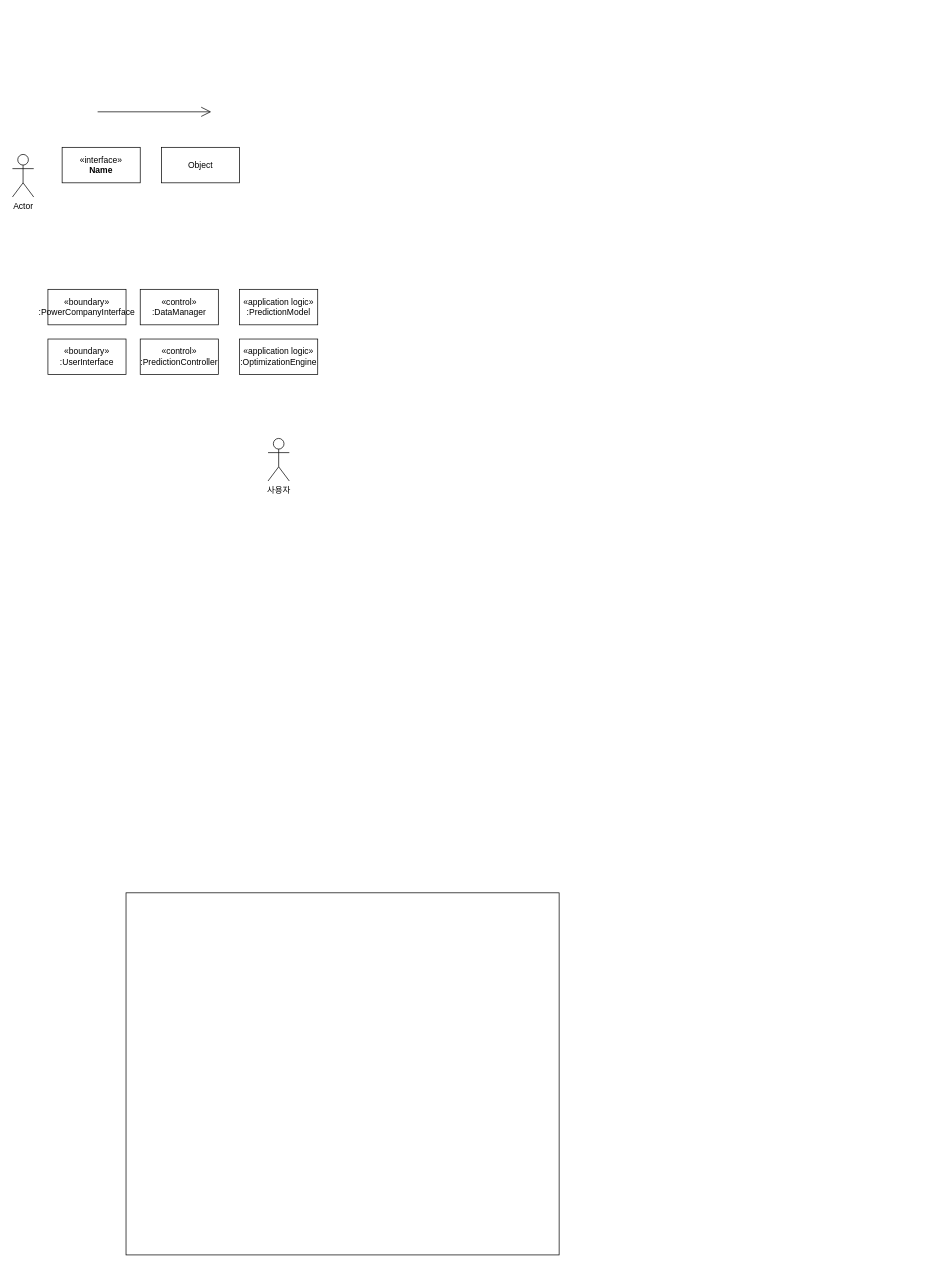
This is DomainModeling.drawio from GeniusHoon/AssociateArchitect, a draw.io file, before an edit. Source tidied: cells renumbered, new cells numbered last; positions are measured from the earlier drawing's top-left corner, leaving out a move shared by most shapes. Both pictures are drawn from the tidied source at 71%, with x=0, y=0 at pixel (12, 111).
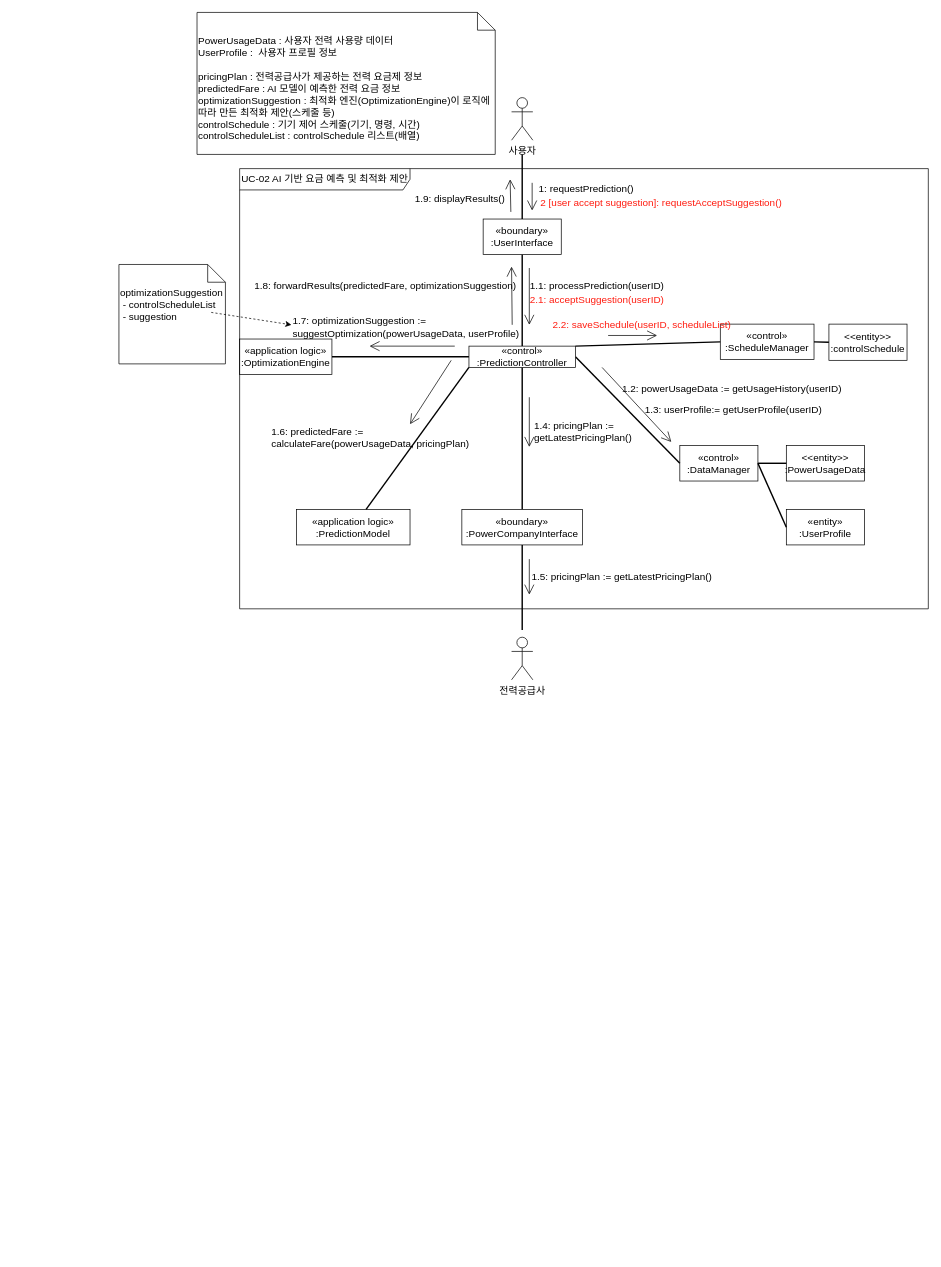
The same diagram, later.

Change to the diagram source:
```diff
@@
-    <mxCell id="2" style="rounded=0;whiteSpace=wrap;html=1;" parent="1" vertex="1">
-      <mxGeometry x="160" y="1100" width="610" height="510" as="geometry" />
-    </mxCell>
-    <mxCell id="3" value="&amp;laquo;interface&amp;raquo;&lt;br&gt;&lt;b&gt;Name&lt;/b&gt;" style="html=1;whiteSpace=wrap;" parent="1" vertex="1">
-      <mxGeometry x="70" y="50" width="110" height="50" as="geometry" />
-    </mxCell>
-    <mxCell id="4" value="Object" style="html=1;whiteSpace=wrap;" parent="1" vertex="1">
-      <mxGeometry x="210" y="50" width="110" height="50" as="geometry" />
-    </mxCell>
-    <mxCell id="5" style="endArrow=open;endFill=1;endSize=12;html=1;rounded=0;" parent="1" edge="1">
-      <mxGeometry relative="1" as="geometry">
-        <mxPoint x="120" as="sourcePoint" />
-        <mxPoint x="280" as="targetPoint" />
-      </mxGeometry>
-    </mxCell>
-    <mxCell id="6" value="Actor" style="shape=umlActor;verticalLabelPosition=bottom;verticalAlign=top;html=1;" parent="1" vertex="1">
-      <mxGeometry y="60" width="30" height="60" as="geometry" />
-    </mxCell>
+    <mxCell id="14" style="edgeStyle=orthogonalEdgeStyle;rounded=0;jettySize=auto;html=1;exitX=0;exitY=0.5;exitDx=0;exitDy=0;strokeWidth=2;endArrow=none;endFill=0;fontSize=14;" parent="1" edge="1" source="8" target="11">
+      <mxGeometry relative="1" as="geometry" />
+    </mxCell>
+    <mxCell id="11" value="«application logic»&lt;br&gt;&lt;div&gt;:OptimizationEngine&lt;/div&gt;" style="html=1;whiteSpace=wrap;fontSize=14;" parent="1" vertex="1">
+      <mxGeometry x="320" y="320" width="130" height="50" as="geometry" />
+    </mxCell>
+    <mxCell id="15" value="1.9: displayResults()" style="text;html=1;align=center;verticalAlign=middle;strokeColor=none;fillColor=none;fontSize=14;" parent="1" vertex="1">
+      <mxGeometry x="555" y="108" width="150" height="30" as="geometry" />
+    </mxCell>
+    <mxCell id="16" value="PowerUsageData : 사용자 전력 사용량 데이터&lt;div&gt;UserProfile :&amp;nbsp; 사용자 프로필 정보&lt;/div&gt;&lt;div&gt;&lt;br&gt;&lt;/div&gt;&lt;div&gt;pricingPlan : 전력공급사가 제공하는 전력 요금제 정보&lt;/div&gt;&lt;div&gt;predictedFare : AI 모델이 예측한 전력 요금 정보&lt;/div&gt;&lt;div&gt;optimizationSuggestion : 최적화 엔진(OptimizationEngine)이 로직에 따라 만든 최적화 제안(스케줄 등)&lt;/div&gt;&lt;div&gt;controlSchedule : 기기 제어 스케줄(기기, 명령, 시간)&lt;/div&gt;&lt;div&gt;controlScheduleList : controlSchedule 리스트(배열)&lt;/div&gt;&lt;div&gt;&lt;br&gt;&lt;/div&gt;" style="shape=note2;boundedLbl=1;whiteSpace=wrap;html=1;size=25;verticalAlign=top;align=left;fontSize=14;" parent="1" vertex="1">
+      <mxGeometry x="260" y="-140" width="420" height="200" as="geometry" />
+    </mxCell>
+    <mxCell id="17" value="UC-02 AI 기반 요금 예측 및 최적화 제안" style="shape=umlFrame;whiteSpace=wrap;html=1;width=240;height=30;fontSize=14;" parent="1" vertex="1">
+      <mxGeometry x="320" y="80" width="970" height="620" as="geometry" />
+    </mxCell>
+    <mxCell id="9" value="«control»&lt;br&gt;&lt;div&gt;:DataManager&lt;/div&gt;" style="html=1;whiteSpace=wrap;fontSize=14;" parent="17" vertex="1">
+      <mxGeometry x="620" y="390" width="110" height="50" as="geometry" />
+    </mxCell>
+    <mxCell id="18" value="«entity»&lt;br&gt;&lt;div&gt;:UserProfile&lt;/div&gt;" style="html=1;whiteSpace=wrap;fontSize=14;" parent="17" vertex="1">
+      <mxGeometry x="770" y="480" width="110" height="50" as="geometry" />
+    </mxCell>
+    <mxCell id="19" style="rounded=0;jettySize=auto;html=1;exitX=1;exitY=0.5;exitDx=0;exitDy=0;entryX=0;entryY=0.5;entryDx=0;entryDy=0;strokeWidth=2;endArrow=none;endFill=0;fontSize=14;" parent="17" edge="1" source="9" target="18">
+      <mxGeometry relative="1" as="geometry" />
+    </mxCell>
+    <mxCell id="20" value="&lt;div&gt;&amp;lt;&amp;lt;entity&amp;gt;&amp;gt;&lt;/div&gt;&lt;div&gt;:PowerUsageData&lt;/div&gt;" style="html=1;whiteSpace=wrap;fontSize=14;" parent="17" vertex="1">
+      <mxGeometry x="770" y="390" width="110" height="50" as="geometry" />
+    </mxCell>
+    <mxCell id="21" style="rounded=0;jettySize=auto;html=1;exitX=1;exitY=0.5;exitDx=0;exitDy=0;entryX=0;entryY=0.5;entryDx=0;entryDy=0;strokeWidth=2;endArrow=none;endFill=0;fontSize=14;" parent="17" edge="1" source="9" target="20">
+      <mxGeometry relative="1" as="geometry" />
+    </mxCell>
+    <mxCell id="22" value="1.3: userProfile:= getUserProfile(userID)" style="text;html=1;align=left;verticalAlign=middle;strokeColor=none;fillColor=none;fontSize=14;" parent="17" vertex="1">
+      <mxGeometry x="569" y="325" width="270" height="30" as="geometry" />
+    </mxCell>
+    <mxCell id="23" value="1.2: p&lt;span style=&quot;text-align: center; text-wrap-mode: wrap;&quot;&gt;owerUsageData&amp;nbsp;&lt;/span&gt;:= getUsageHistory(userID)" style="text;html=1;align=left;verticalAlign=middle;strokeColor=none;fillColor=none;fontSize=14;" parent="17" vertex="1">
+      <mxGeometry x="537" y="295" width="330" height="30" as="geometry" />
+    </mxCell>
+    <mxCell id="24" style="endArrow=open;endFill=1;endSize=12;html=1;rounded=0;entryX=0.5;entryY=-0.1;entryDx=0;entryDy=0;entryPerimeter=0;fontSize=14;" parent="17" edge="1">
+      <mxGeometry relative="1" as="geometry">
+        <mxPoint x="510.5" y="280" as="sourcePoint" />
+        <mxPoint x="608" y="385" as="targetPoint" />
+      </mxGeometry>
+    </mxCell>
+    <mxCell id="25" value="«control»&lt;br&gt;&lt;div&gt;:ScheduleManager&lt;/div&gt;" style="html=1;whiteSpace=wrap;fontSize=14;" parent="17" vertex="1">
+      <mxGeometry x="677" y="219" width="132" height="50" as="geometry" />
+    </mxCell>
+    <mxCell id="26" style="rounded=0;jettySize=auto;html=1;exitX=1;exitY=0.5;exitDx=0;exitDy=0;entryX=0;entryY=0.5;entryDx=0;entryDy=0;strokeWidth=2;endArrow=none;endFill=0;fontSize=14;" parent="17" edge="1" source="25" target="27">
+      <mxGeometry relative="1" as="geometry" />
+    </mxCell>
+    <mxCell id="27" value="&lt;div&gt;&amp;lt;&amp;lt;entity&amp;gt;&amp;gt;&lt;/div&gt;&lt;div&gt;:controlSchedule&lt;/div&gt;" style="html=1;whiteSpace=wrap;fontSize=14;" parent="17" vertex="1">
+      <mxGeometry x="830" y="219" width="110" height="51" as="geometry" />
+    </mxCell>
+    <mxCell id="28" value="1.6: predictedFare :=&#10;calculateFare(powerUsageData, pricingPlan)" style="text;whiteSpace=wrap;fontSize=14;" parent="17" vertex="1">
+      <mxGeometry x="43" y="355" width="340" height="40" as="geometry" />
+    </mxCell>
+    <mxCell id="29" value="1.7: optimizationSuggestion :=&#10;suggestOptimization(powerUsageData, userProfile)" style="text;whiteSpace=wrap;fontSize=14;" parent="17" vertex="1">
+      <mxGeometry x="73" y="200" width="340" height="40" as="geometry" />
+    </mxCell>
+    <mxCell id="30" value="1.8: forwardResults(predictedFare, optimizationSuggestion)" style="text;html=1;align=center;verticalAlign=middle;strokeColor=none;fillColor=none;fontSize=14;" parent="17" vertex="1">
+      <mxGeometry x="10" y="150" width="390" height="30" as="geometry" />
+    </mxCell>
+    <mxCell id="31" value="2 [user accept suggestion]: requestAcceptSuggestion()" style="text;html=1;align=left;verticalAlign=middle;strokeColor=none;fillColor=none;fontSize=14;fontColor=#FF1C10;" parent="17" vertex="1">
+      <mxGeometry x="422" y="33" width="360" height="30" as="geometry" />
+    </mxCell>
+    <mxCell id="32" value="2.2: saveSchedule(userID, scheduleList)" style="text;html=1;align=left;verticalAlign=middle;strokeColor=none;fillColor=none;fontSize=14;textShadow=0;labelBackgroundColor=none;fontColor=#FF1C10;" parent="17" vertex="1">
+      <mxGeometry x="439" y="205" width="270" height="30" as="geometry" />
+    </mxCell>
+    <mxCell id="13" value="사용자" style="shape=umlActor;verticalLabelPosition=bottom;verticalAlign=top;html=1;fontSize=14;" parent="17" vertex="1">
+      <mxGeometry x="383" y="-100" width="30" height="60" as="geometry" />
+    </mxCell>
+    <mxCell id="33" style="edgeStyle=orthogonalEdgeStyle;rounded=0;jettySize=auto;html=1;exitX=0.5;exitY=0;exitDx=0;exitDy=0;endArrow=none;endFill=0;strokeWidth=2;entryX=0.5;entryY=1;entryDx=0;entryDy=0;fontSize=14;" parent="17" edge="1" source="8" target="7">
+      <mxGeometry relative="1" as="geometry" />
+    </mxCell>
+    <mxCell id="34" style="rounded=0;jettySize=auto;html=1;exitX=1;exitY=0.5;exitDx=0;exitDy=0;entryX=0;entryY=0.5;entryDx=0;entryDy=0;strokeWidth=2;endArrow=none;endFill=0;fontSize=14;" parent="17" edge="1" source="8" target="9">
+      <mxGeometry relative="1" as="geometry" />
+    </mxCell>
+    <mxCell id="35" style="edgeStyle=orthogonalEdgeStyle;rounded=0;jettySize=auto;html=1;exitX=0.5;exitY=1;exitDx=0;exitDy=0;entryX=0.5;entryY=0;entryDx=0;entryDy=0;strokeWidth=2;endArrow=none;endFill=0;fontSize=14;" parent="17" edge="1" source="8" target="12">
+      <mxGeometry relative="1" as="geometry" />
+    </mxCell>
+    <mxCell id="8" value="«control»&lt;br&gt;&lt;div&gt;:PredictionController&lt;/div&gt;" style="html=1;whiteSpace=wrap;fontSize=14;" parent="17" vertex="1">
+      <mxGeometry x="323" y="250" width="150" height="30" as="geometry" />
+    </mxCell>
+    <mxCell id="36" style="edgeStyle=orthogonalEdgeStyle;rounded=0;jettySize=auto;html=1;exitX=0.5;exitY=1;exitDx=0;exitDy=0;strokeWidth=2;endArrow=none;endFill=0;fontSize=14;" parent="17" edge="1" source="12">
+      <mxGeometry relative="1" as="geometry">
+        <mxPoint x="398" y="650" as="targetPoint" />
+      </mxGeometry>
+    </mxCell>
+    <mxCell id="12" value="«boundary»&lt;br&gt;&lt;div&gt;:PowerCompanyInterface&lt;/div&gt;" style="html=1;whiteSpace=wrap;fontSize=14;" parent="17" vertex="1">
+      <mxGeometry x="313" y="480" width="170" height="50" as="geometry" />
+    </mxCell>
+    <mxCell id="37" value="전력공급사" style="shape=umlActor;verticalLabelPosition=bottom;verticalAlign=top;html=1;fontSize=14;" parent="17" vertex="1">
+      <mxGeometry x="383" y="660" width="30" height="60" as="geometry" />
+    </mxCell>
+    <mxCell id="38" style="endArrow=open;endFill=1;endSize=12;html=1;rounded=0;exitX=0.885;exitY=0;exitDx=0;exitDy=0;exitPerimeter=0;fontSize=14;" parent="17" edge="1">
+      <mxGeometry relative="1" as="geometry">
+        <mxPoint x="383.9" y="220" as="sourcePoint" />
+        <mxPoint x="383" y="138" as="targetPoint" />
+      </mxGeometry>
+    </mxCell>
+    <mxCell id="39" style="rounded=0;jettySize=auto;html=1;exitX=1;exitY=0;exitDx=0;exitDy=0;entryX=0;entryY=0.5;entryDx=0;entryDy=0;strokeWidth=2;endArrow=none;endFill=0;fontSize=14;" parent="17" edge="1" source="8" target="25">
+      <mxGeometry relative="1" as="geometry" />
+    </mxCell>
-    <mxCell id="7" value="«boundary»&lt;br&gt;&lt;div&gt;:UserInterface&lt;/div&gt;" style="html=1;whiteSpace=wrap;" parent="1" vertex="1">
-      <mxGeometry x="50" y="320" width="110" height="50" as="geometry" />
+    <mxCell id="7" value="«boundary»&lt;br&gt;&lt;div&gt;:UserInterface&lt;/div&gt;" style="html=1;whiteSpace=wrap;fontSize=14;" parent="17" vertex="1">
+      <mxGeometry x="343" y="71" width="110" height="50" as="geometry" />
     </mxCell>
-    <mxCell id="8" value="«control»&lt;br&gt;&lt;div&gt;:PredictionController&lt;/div&gt;" style="html=1;whiteSpace=wrap;" parent="1" vertex="1">
-      <mxGeometry x="180" y="320" width="110" height="50" as="geometry" />
-    </mxCell>
-    <mxCell id="9" value="«control»&lt;br&gt;&lt;div&gt;:DataManager&lt;/div&gt;" style="html=1;whiteSpace=wrap;" parent="1" vertex="1">
-      <mxGeometry x="180" y="250" width="110" height="50" as="geometry" />
-    </mxCell>
+    <mxCell id="40" style="edgeStyle=orthogonalEdgeStyle;rounded=0;jettySize=auto;html=1;exitX=0.5;exitY=0;exitDx=0;exitDy=0;endArrow=none;endFill=0;strokeWidth=2;fontSize=14;" parent="17" edge="1" source="7">
+      <mxGeometry relative="1" as="geometry">
+        <mxPoint x="398" y="-20" as="targetPoint" />
+      </mxGeometry>
+    </mxCell>
+    <mxCell id="41" value="1.1: processPrediction(userID)" style="text;html=1;align=center;verticalAlign=middle;strokeColor=none;fillColor=none;fontSize=14;" parent="17" vertex="1">
+      <mxGeometry x="398" y="150" width="210" height="30" as="geometry" />
+    </mxCell>
+    <mxCell id="42" style="endArrow=open;endFill=1;endSize=12;html=1;rounded=0;fontSize=14;" parent="17" edge="1">
+      <mxGeometry relative="1" as="geometry">
+        <mxPoint x="412" y="20" as="sourcePoint" />
+        <mxPoint x="412" y="59" as="targetPoint" />
+      </mxGeometry>
+    </mxCell>
+    <mxCell id="43" style="endArrow=open;endFill=1;endSize=12;html=1;rounded=0;fontSize=14;" parent="17" edge="1">
+      <mxGeometry relative="1" as="geometry">
+        <mxPoint x="408" y="140" as="sourcePoint" />
+        <mxPoint x="408" y="220" as="targetPoint" />
+      </mxGeometry>
+    </mxCell>
+    <mxCell id="44" style="endArrow=open;endFill=1;endSize=12;html=1;rounded=0;fontSize=14;" parent="17" edge="1">
+      <mxGeometry relative="1" as="geometry">
+        <mxPoint x="408" y="322" as="sourcePoint" />
+        <mxPoint x="408" y="392" as="targetPoint" />
+      </mxGeometry>
+    </mxCell>
+    <mxCell id="45" style="endArrow=open;endFill=1;endSize=12;html=1;rounded=0;fontSize=14;" parent="17" edge="1">
+      <mxGeometry relative="1" as="geometry">
+        <mxPoint x="382" y="61" as="sourcePoint" />
+        <mxPoint x="381" y="15" as="targetPoint" />
+      </mxGeometry>
+    </mxCell>
+    <mxCell id="46" style="endArrow=open;endFill=1;endSize=12;html=1;rounded=0;fontSize=14;" parent="17" edge="1">
+      <mxGeometry relative="1" as="geometry">
+        <mxPoint x="408" y="550" as="sourcePoint" />
+        <mxPoint x="408" y="600" as="targetPoint" />
+      </mxGeometry>
+    </mxCell>
+    <mxCell id="47" value="1: requestPrediction()" style="text;html=1;align=center;verticalAlign=middle;strokeColor=none;fillColor=none;fontSize=14;" parent="17" vertex="1">
+      <mxGeometry x="408" y="13" width="160" height="30" as="geometry" />
+    </mxCell>
-    <mxCell id="10" value="«application logic»&lt;br&gt;&lt;div&gt;:PredictionModel&lt;/div&gt;" style="html=1;whiteSpace=wrap;" parent="1" vertex="1">
-      <mxGeometry x="320" y="250" width="110" height="50" as="geometry" />
+    <mxCell id="10" value="«application logic»&lt;br&gt;&lt;div&gt;:PredictionModel&lt;/div&gt;" style="html=1;whiteSpace=wrap;fontSize=14;" parent="17" vertex="1">
+      <mxGeometry x="80" y="480" width="160" height="50" as="geometry" />
     </mxCell>
-    <mxCell id="11" value="«application logic»&lt;br&gt;&lt;div&gt;:OptimizationEngine&lt;/div&gt;" style="html=1;whiteSpace=wrap;" parent="1" vertex="1">
-      <mxGeometry x="320" y="320" width="110" height="50" as="geometry" />
-    </mxCell>
-    <mxCell id="12" value="«boundary»&lt;br&gt;&lt;div&gt;:PowerCompanyInterface&lt;/div&gt;" style="html=1;whiteSpace=wrap;" parent="1" vertex="1">
-      <mxGeometry x="50" y="250" width="110" height="50" as="geometry" />
-    </mxCell>
-    <mxCell id="13" value="사용자" style="shape=umlActor;verticalLabelPosition=bottom;verticalAlign=top;html=1;" parent="1" vertex="1">
-      <mxGeometry x="360" y="460" width="30" height="60" as="geometry" />
-    </mxCell>
+    <mxCell id="48" style="rounded=0;jettySize=auto;html=1;exitX=0;exitY=1;exitDx=0;exitDy=0;endArrow=none;endFill=0;strokeWidth=2;fontSize=14;" parent="17" edge="1" source="8" target="10">
+      <mxGeometry relative="1" as="geometry" />
+    </mxCell>
+    <mxCell id="49" style="endArrow=open;endFill=1;endSize=12;html=1;rounded=0;fontSize=14;" parent="17" edge="1">
+      <mxGeometry relative="1" as="geometry">
+        <mxPoint x="303" y="250" as="sourcePoint" />
+        <mxPoint x="183" y="250" as="targetPoint" />
+      </mxGeometry>
+    </mxCell>
+    <mxCell id="50" value="2.1: acceptSuggestion(userID)" style="text;html=1;align=left;verticalAlign=middle;strokeColor=none;fillColor=none;fontSize=14;textShadow=0;labelBackgroundColor=none;fontColor=#FF1C10;" parent="17" vertex="1">
+      <mxGeometry x="407" y="170" width="210" height="30" as="geometry" />
+    </mxCell>
+    <mxCell id="51" value="1.4: pricingPlan :=&lt;div&gt;getLatestPricingPlan()&lt;/div&gt;" style="text;html=1;align=left;verticalAlign=middle;strokeColor=none;fillColor=none;fontSize=14;" parent="17" vertex="1">
+      <mxGeometry x="413" y="345" width="160" height="50" as="geometry" />
+    </mxCell>
+    <mxCell id="52" style="endArrow=open;endFill=1;endSize=12;html=1;rounded=0;fontSize=14;" parent="17" edge="1">
+      <mxGeometry relative="1" as="geometry">
+        <mxPoint x="298" y="270" as="sourcePoint" />
+        <mxPoint x="240" y="360" as="targetPoint" />
+      </mxGeometry>
+    </mxCell>
+    <mxCell id="53" style="endArrow=open;endFill=1;endSize=12;html=1;rounded=0;fontSize=14;" parent="17" edge="1">
+      <mxGeometry relative="1" as="geometry">
+        <mxPoint x="519" y="235" as="sourcePoint" />
+        <mxPoint x="588" y="235" as="targetPoint" />
+      </mxGeometry>
+    </mxCell>
+    <mxCell id="54" value="1.5: pricingPlan := getLatestPricingPlan()" style="text;html=1;align=center;verticalAlign=middle;strokeColor=none;fillColor=none;fontSize=14;" parent="17" vertex="1">
+      <mxGeometry x="398" y="560" width="280" height="30" as="geometry" />
+    </mxCell>
+    <mxCell id="55" value="&lt;div&gt;optimizationSuggestion&lt;/div&gt;&lt;div&gt;&amp;nbsp;- controlScheduleList&lt;/div&gt;&lt;div&gt;&amp;nbsp;- suggestion&lt;/div&gt;&lt;div&gt;&lt;br&gt;&lt;/div&gt;" style="shape=note2;boundedLbl=1;whiteSpace=wrap;html=1;size=25;verticalAlign=top;align=left;fontSize=14;" parent="1" vertex="1">
+      <mxGeometry x="150" y="215" width="150" height="140" as="geometry" />
+    </mxCell>
+    <mxCell id="56" style="rounded=0;jettySize=auto;html=1;exitX=0;exitY=0;exitDx=130;exitDy=67.5;exitPerimeter=0;entryX=0;entryY=0.5;entryDx=0;entryDy=0;dashed=1;fontSize=14;" parent="1" edge="1" source="55" target="29">
+      <mxGeometry relative="1" as="geometry" />
+    </mxCell>
```
